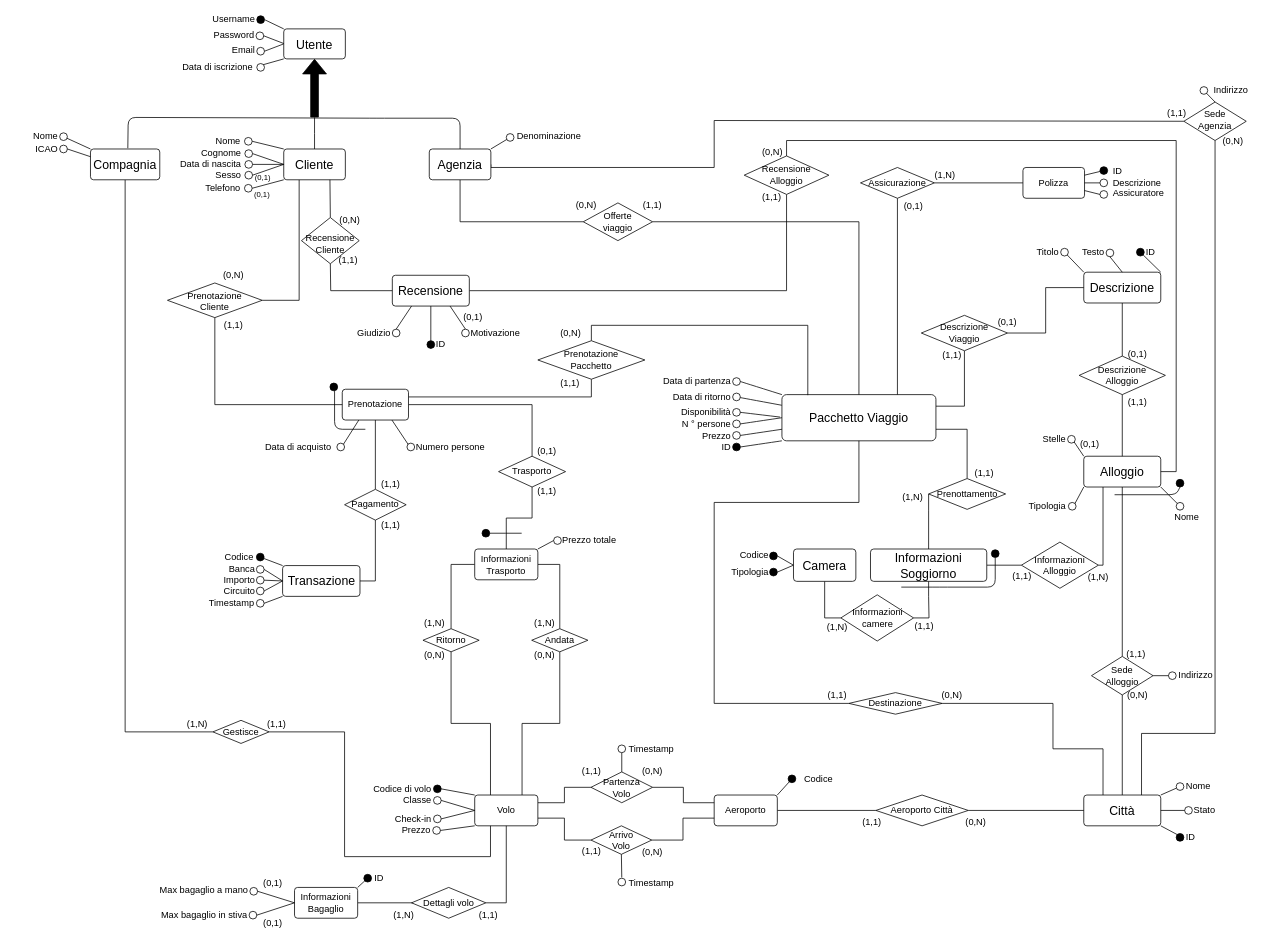
The draw.io diagram page "ER - Concettuale" (1 of 3) of E-R/E-R.drawio in bustre/Easy-travel, before the edit. Source tidied: cells renumbered, new cells numbered last; positions are measured from the earlier drawing's top-left corner, leaving out a move shared by most shapes. Both pictures are drawn from the tidied source at 77%, with x=0, y=0 at pixel (13, 15).
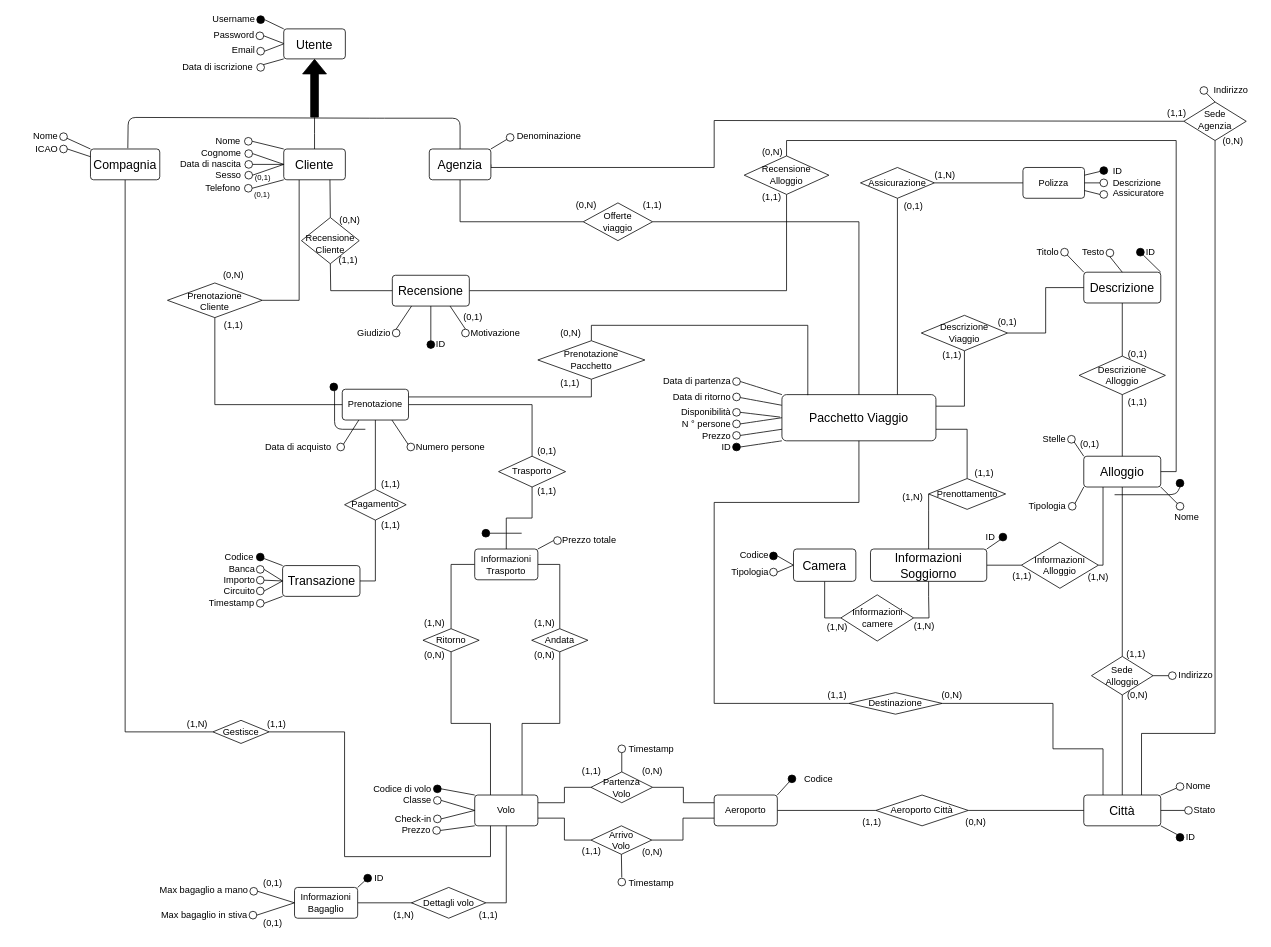
Above is the later version.

The change refers to these unchanged cells:
```xml
<mxCell id="210" value="Informazioni&#10;Soggiorno" style="rounded=1;arcSize=10;whiteSpace=wrap;align=center;fontSize=16;" parent="1" vertex="1">
  <mxGeometry x="1113" y="693.5" width="151" height="42" as="geometry" />
</mxCell>
```

Diff of the diagram source:
```diff
@@
-    <mxCell id="207" style="ellipse;whiteSpace=wrap;fillColor=#000000;" parent="1" vertex="1">
+    <mxCell id="207" style="ellipse;whiteSpace=wrap;fillColor=none;" parent="1" vertex="1">
       <mxGeometry x="982" y="718.5" width="10" height="10" as="geometry" />
     </mxCell>
@@
-    <mxCell id="217" value="(1,1)" style="text;strokeColor=none;fillColor=none;align=center;verticalAlign=middle;whiteSpace=wrap;rounded=0;fontSize=12;fontColor=default;" parent="1" vertex="1">
+    <mxCell id="217" value="(1,N)" style="text;strokeColor=none;fillColor=none;align=center;verticalAlign=middle;whiteSpace=wrap;rounded=0;fontSize=12;fontColor=default;" parent="1" vertex="1">
       <mxGeometry x="1162" y="787" width="42" height="14" as="geometry" />
     </mxCell>
@@
-    <mxCell id="223" style="edgeStyle=orthogonalEdgeStyle;rounded=1;jettySize=auto;exitX=0.5;exitY=1;exitDx=0;exitDy=0;endArrow=none;endFill=0;" parent="1" edge="1" source="224">
-      <mxGeometry relative="1" as="geometry">
-        <mxPoint x="1153" y="743" as="targetPoint" />
-        <Array as="points">
-          <mxPoint x="1275" y="743" />
-          <mxPoint x="1203" y="743" />
-        </Array>
-      </mxGeometry>
-    </mxCell>
-    <mxCell id="224" style="ellipse;whiteSpace=wrap;fillColor=#000000;" parent="1" vertex="1">
-      <mxGeometry x="1270" y="694.5" width="10" height="10" as="geometry" />
-    </mxCell>
@@
+    <mxCell id="328" style="rounded=0;jettySize=auto;html=1;exitX=1;exitY=0;exitDx=0;exitDy=0;entryX=0;entryY=1;entryDx=0;entryDy=0;endArrow=none;endFill=0;" parent="1" edge="1" source="210" target="329">
+      <mxGeometry relative="1" as="geometry" />
+    </mxCell>
+    <mxCell id="329" style="ellipse;whiteSpace=wrap;fillColor=#000000;" parent="1" vertex="1">
+      <mxGeometry x="1280" y="673" width="10" height="10" as="geometry" />
+    </mxCell>
+    <mxCell id="330" value="ID" style="text;strokeColor=none;fillColor=none;align=center;verticalAlign=middle;whiteSpace=wrap;rounded=0;fontSize=12;fontColor=#000000;" parent="1" vertex="1">
+      <mxGeometry x="1248" y="671" width="42" height="14" as="geometry" />
+    </mxCell>
```
